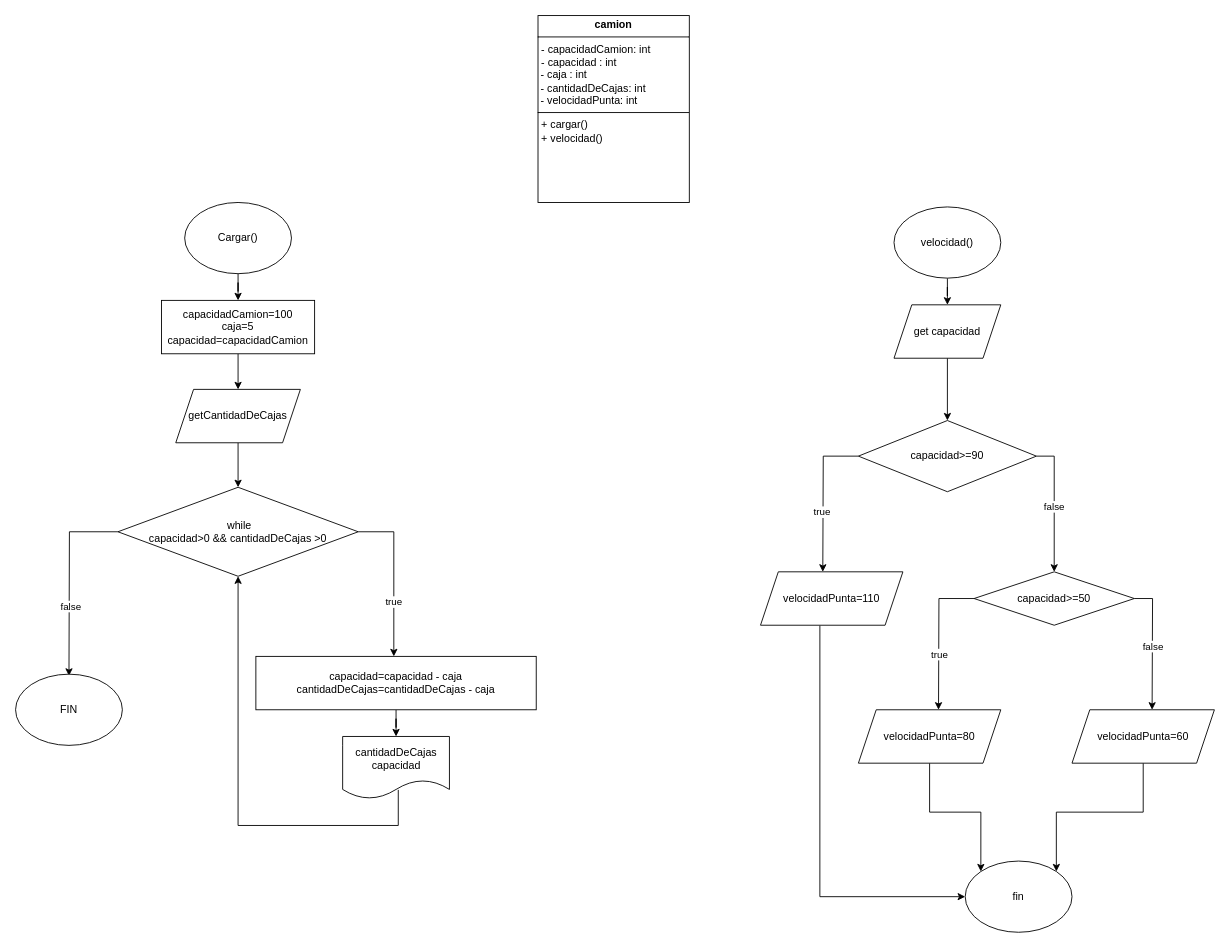
This is diagrama 1/diagrama1TareaAgustinCespedes.drawio from Tec-Desarrollo-de-videojuegos-UM/ProgramacionUE5_2024, a draw.io file, before an edit. Source tidied: cells renumbered, new cells numbered last; positions are measured from the earlier drawing's top-left corner, leaving out a move shared by most shapes. Both pictures are drawn from the tidied source at 89%, with x=0, y=0 at pixel (15, 15).
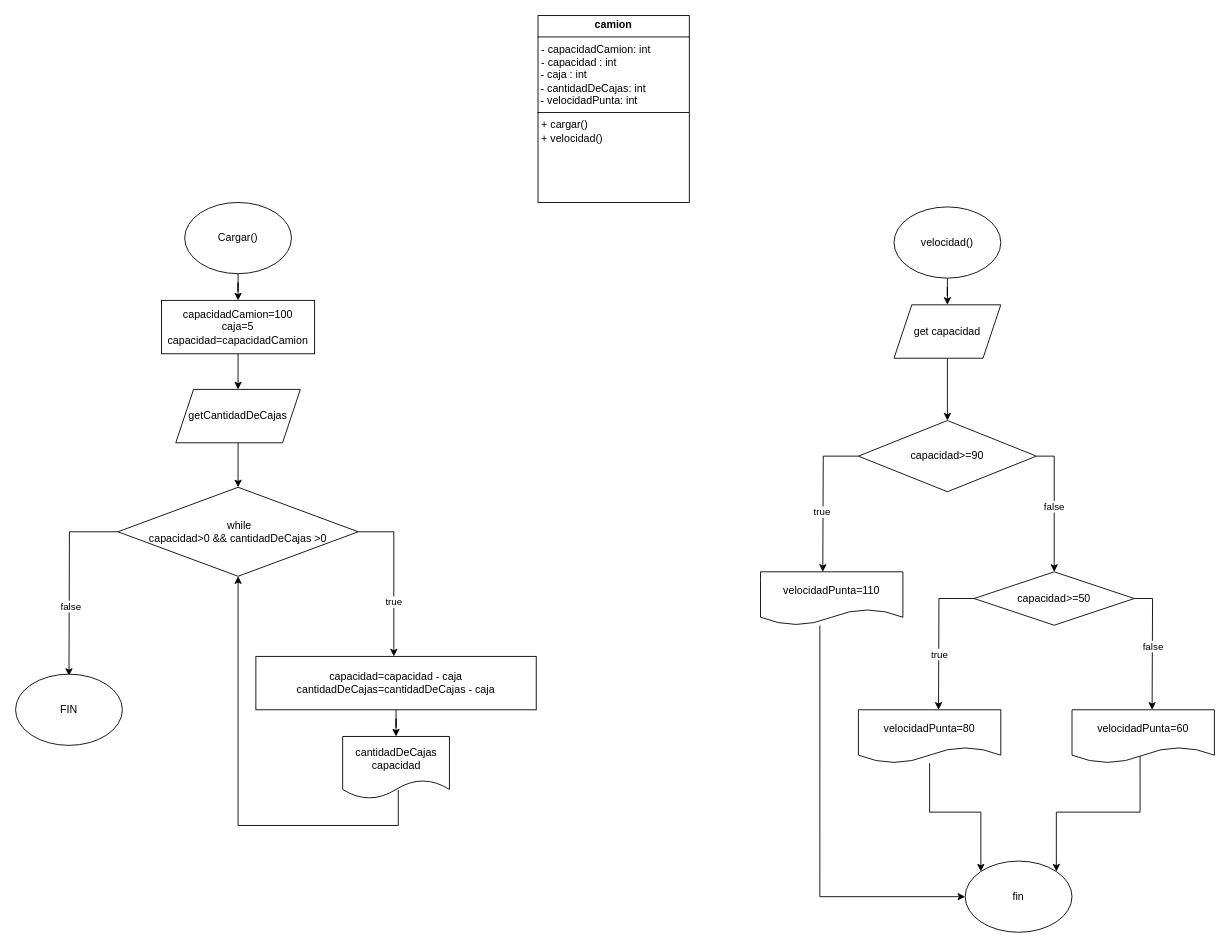
Above is the later version.

The change refers to these unchanged cells:
```xml
<mxCell id="39" value="fin" style="ellipse;whiteSpace=wrap;html=1;" parent="1" vertex="1">
  <mxGeometry x="1067" y="950" width="120" height="80" as="geometry" />
</mxCell>
```

Change to the diagram source:
```diff
@@
-    <mxCell id="34" value="velocidadPunta=110" style="shape=parallelogram;perimeter=parallelogramPerimeter;whiteSpace=wrap;html=1;fixedSize=1;" parent="1" vertex="1">
+    <mxCell id="34" value="velocidadPunta=110" style="shape=document;whiteSpace=wrap;html=1;fixedSize=1;boundedLbl=1;" parent="1" vertex="1">
       <mxGeometry x="837" y="625" width="160" height="60" as="geometry" />
     </mxCell>
@@
-    <mxCell id="36" value="velocidadPunta=80" style="shape=parallelogram;perimeter=parallelogramPerimeter;whiteSpace=wrap;html=1;fixedSize=1;" parent="1" vertex="1">
+    <mxCell id="36" value="velocidadPunta=80" style="shape=document;whiteSpace=wrap;html=1;fixedSize=1;boundedLbl=1;" parent="1" vertex="1">
       <mxGeometry x="947" y="780" width="160" height="60" as="geometry" />
     </mxCell>
-    <mxCell id="37" style="edgeStyle=orthogonalEdgeStyle;rounded=0;jettySize=auto;html=1;entryX=1;entryY=0;entryDx=0;entryDy=0;" parent="1" edge="1" source="38" target="39">
+    <mxCell id="37" style="edgeStyle=orthogonalEdgeStyle;rounded=0;jettySize=auto;html=1;entryX=1;entryY=0;entryDx=0;entryDy=0;exitX=0.478;exitY=0.86;exitDx=0;exitDy=0;exitPerimeter=0;" parent="1" edge="1" source="38" target="39">
       <mxGeometry relative="1" as="geometry" />
     </mxCell>
-    <mxCell id="38" value="velocidadPunta=60" style="shape=parallelogram;perimeter=parallelogramPerimeter;whiteSpace=wrap;html=1;fixedSize=1;" parent="1" vertex="1">
+    <mxCell id="38" value="velocidadPunta=60" style="shape=document;whiteSpace=wrap;html=1;fixedSize=1;boundedLbl=1;" parent="1" vertex="1">
       <mxGeometry x="1187" y="780" width="160" height="60" as="geometry" />
     </mxCell>
```
